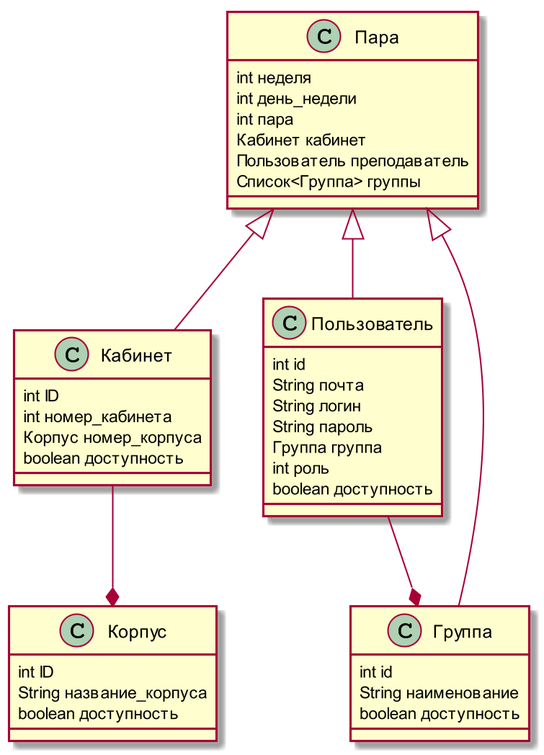
Earlier version of the PlantUML export Notueba/images/uml.png (DaNkOMeN/BackJavaKurs). Its diagram source:
```plantuml
@startuml
skinparam dpi 200

class Кабинет{
    int ID
    int номер_кабинета
    Корпус номер_корпуса
    boolean доступность
}

class Корпус{
    int ID
    String название_корпуса
    boolean доступность
}

Class Пользователь{
    int id
    String почта
    String логин
    String пароль
    Группа группа
    int роль
    boolean доступность
}

Class Группа{
    int id
    String наименование
    boolean доступность
}

Class Пара{
    int неделя
    int день_недели
    int пара
    Кабинет кабинет
    Пользователь преподаватель
    Список<Группа> группы
}


Пара <|-- Группа
Пара <|-- Пользователь
Пара <|-- Кабинет
Пользователь --* Группа
Кабинет --* Корпус
@enduml
```
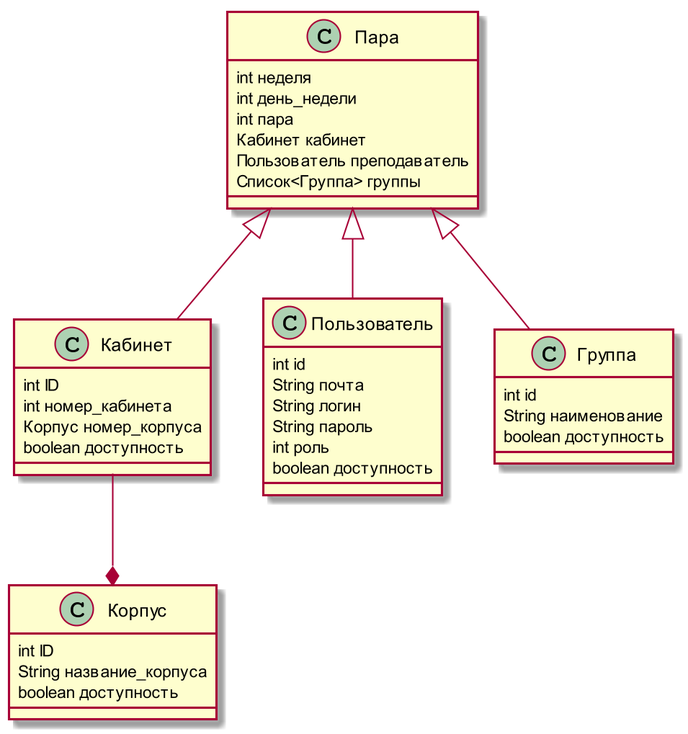
The same diagram one commit later.

The edit, as a diff of the source:
```diff
@@ -19,7 +19,6 @@
     String почта
     String логин
     String пароль
-    Группа группа
     int роль
     boolean доступность
 }
@@ -43,6 +42,6 @@
 Пара <|-- Группа
 Пара <|-- Пользователь
 Пара <|-- Кабинет
-Пользователь --* Группа
+
 Кабинет --* Корпус
 @enduml
```
